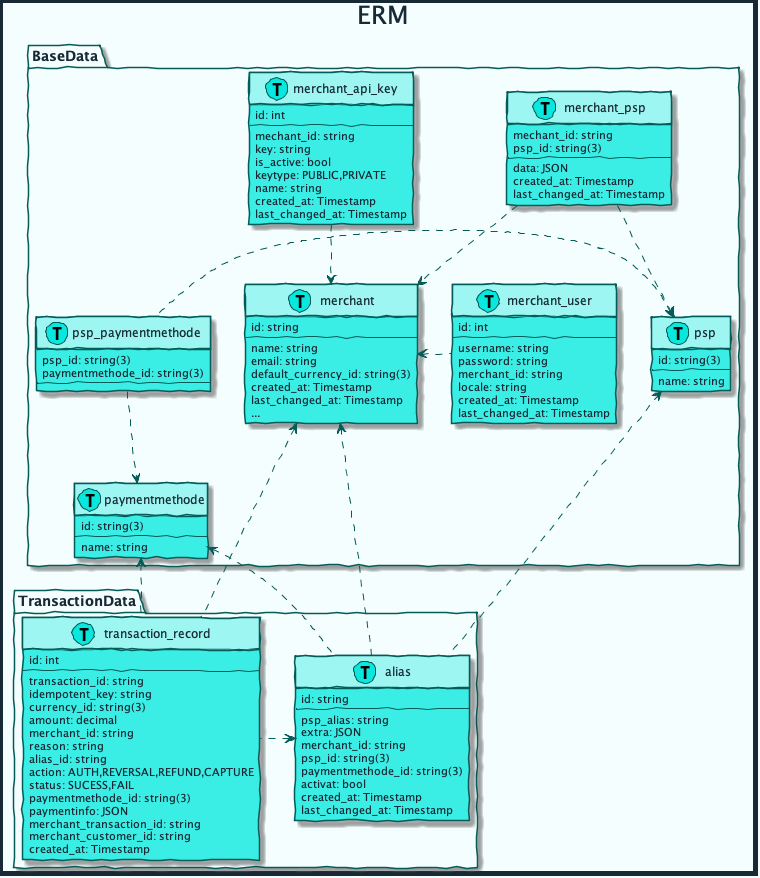
Earlier version of the PlantUML export diagrams/out/erm.png (mobilabsolutions/stash-sdk-wiki).
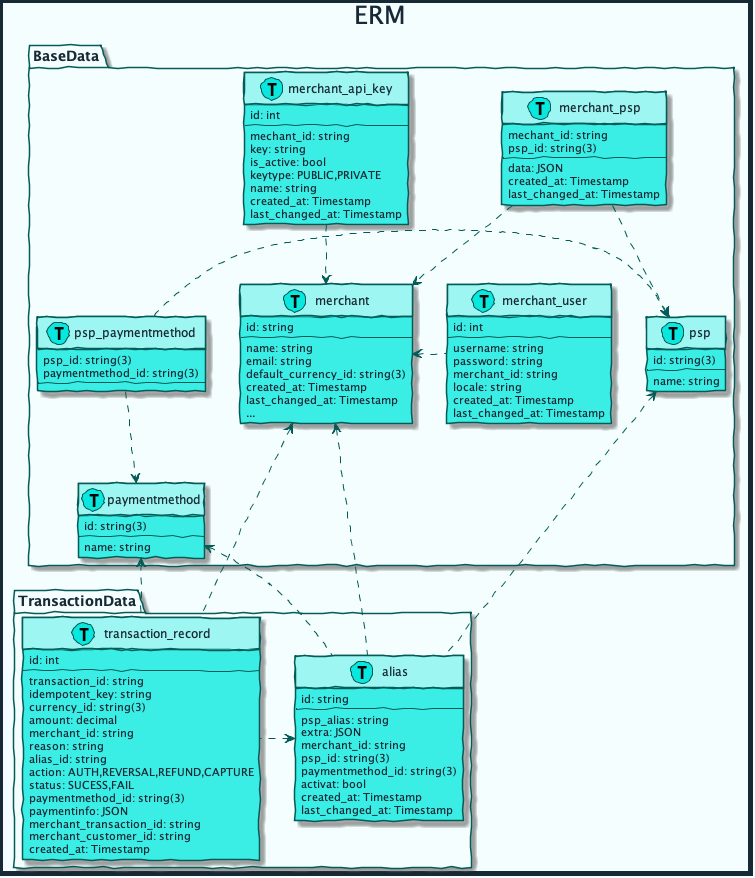
Above is the later version.

The edit, as a diff of the source:
```diff
@@ -54,15 +54,15 @@
         name: string
     }
 
-    class paymentmethode << (T, #08E8DE) >>{
+    class paymentmethod << (T, #08E8DE) >>{
         id: string(3)
         --
         name: string
     }
 
-    class psp_paymentmethode << (T, #08E8DE) >>{
+    class psp_paymentmethod << (T, #08E8DE) >>{
         psp_id: string(3)
-        paymentmethode_id: string(3)
+        paymentmethod_id: string(3)
         --
     }
 
@@ -113,8 +113,8 @@
     merchant_psp .-> psp
     merchant_api_key .-> merchant
     merchant <. merchant_user
-    psp_paymentmethode .-> paymentmethode
-    psp <. psp_paymentmethode
+    psp_paymentmethod .-> paymentmethod
+    psp <. psp_paymentmethod
 }
 
 package TransactionData {
@@ -125,7 +125,7 @@
         extra: JSON
         merchant_id: string
         psp_id: string(3)
-        paymentmethode_id: string(3)
+        paymentmethod_id: string(3)
         activat: bool
         created_at: Timestamp
         last_changed_at: Timestamp
@@ -143,7 +143,7 @@
         alias_id: string
         action: AUTH,REVERSAL,REFUND,CAPTURE
         status: SUCESS,FAIL
-        paymentmethode_id: string(3)
+        paymentmethod_id: string(3)
         paymentinfo: JSON
         merchant_transaction_id: string
         merchant_customer_id: string
@@ -153,10 +153,10 @@
     alias <. transaction_record
 }
 
-paymentmethode <.- alias
+paymentmethod <.- alias
 merchant <.- alias
 psp <.- alias
-paymentmethode <.- transaction_record
+paymentmethod <.- transaction_record
 merchant <.- transaction_record
 
 @enduml
```
